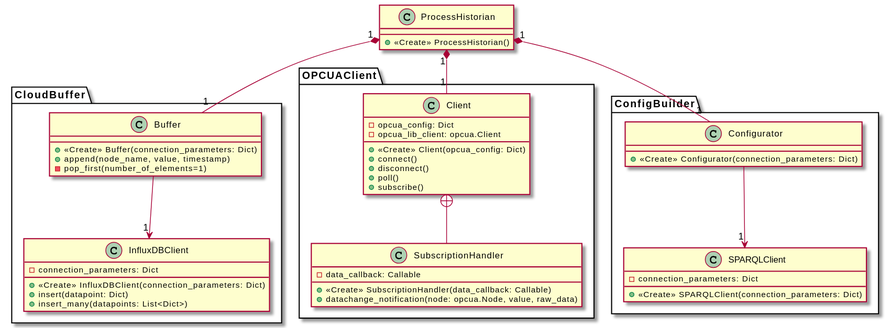
This is documentation/architecture/class_diagram.svg from Praktikum-PvAS/process-historian, a PlantUML export, as it was before one commit.
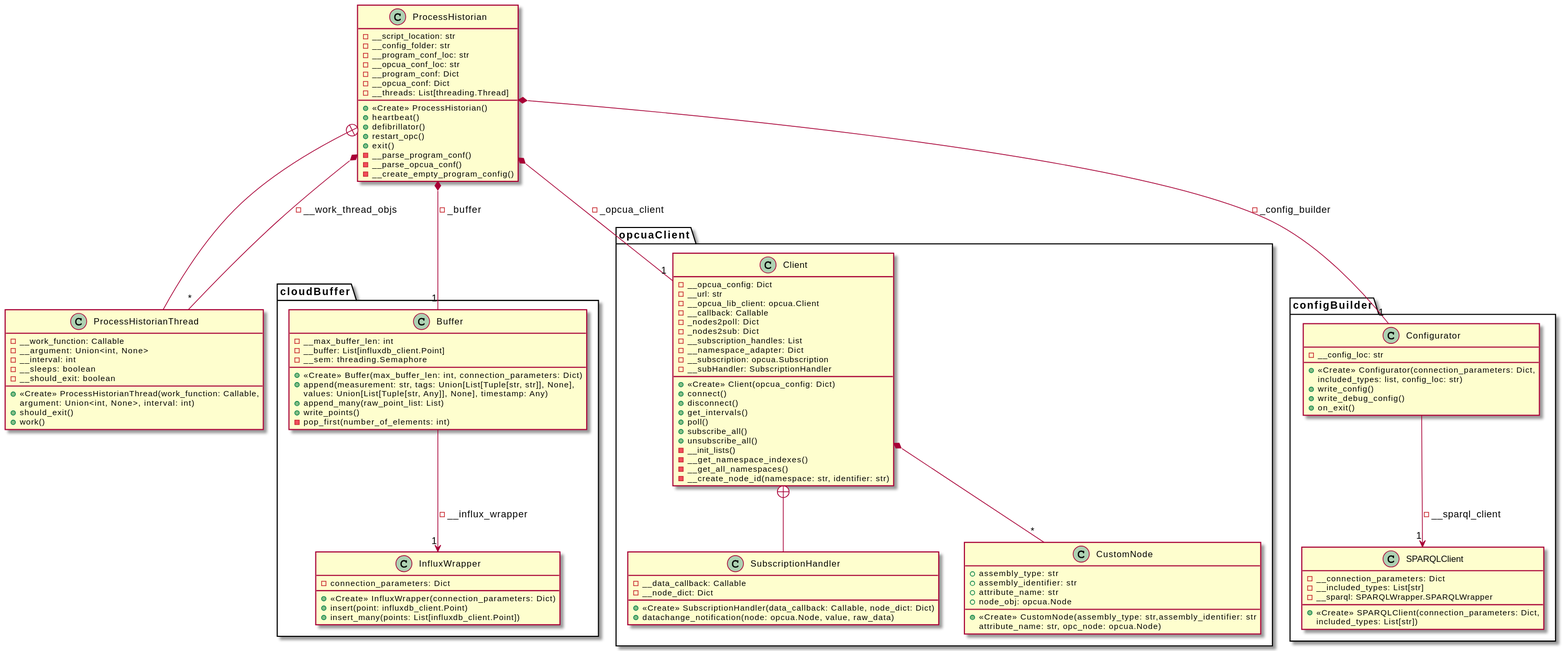
The same file after the commit.

What changed in the source:
```diff
@@ -1,46 +1,108 @@
 @startuml
-class CloudBuffer.Buffer {
-    +<<Create>> Buffer(connection_parameters: Dict)
-    +append(node_name, value, timestamp)
-    -pop_first(number_of_elements=1)
+class cloudBuffer.Buffer {
+    - __max_buffer_len: int
+    - __buffer: List[influxdb_client.Point]
+    - __sem: threading.Semaphore
+    + <<Create>> Buffer(max_buffer_len: int, connection_parameters: Dict)
+    + append(measurement: str, tags: Union[List[Tuple[str, str]], None],\nvalues: Union[List[Tuple[str, Any]], None], timestamp: Any)
+    + append_many(raw_point_list: List)
+    + write_points()
+    - pop_first(number_of_elements: int)
 }
-class CloudBuffer.InfluxDBClient{
-    -connection_parameters: Dict
-    +<<Create>> InfluxDBClient(connection_parameters: Dict)
-    +insert(datapoint: Dict)
-    +insert_many(datapoints: List<Dict>)
+class cloudBuffer.InfluxWrapper{
+    - connection_parameters: Dict
+    + <<Create>> InfluxWrapper(connection_parameters: Dict)
+    + insert(point: influxdb_client.Point)
+    + insert_many(points: List[influxdb_client.Point])
 }
-CloudBuffer.Buffer --> "1" CloudBuffer.InfluxDBClient
+cloudBuffer.Buffer --> "1" cloudBuffer.InfluxWrapper : - __influx_wrapper
 
-class OPCUAClient.Client {
-    -opcua_config: Dict
-    -opcua_lib_client: opcua.Client
+class opcuaClient.Client {
+    - __opcua_config: Dict
+    - __url: str
+    - __opcua_lib_client: opcua.Client
+    - __callback: Callable
+    - _nodes2poll: Dict
+    - _nodes2sub: Dict
+    - __subscription_handles: List
+    - __namespace_adapter: Dict
+    - __subscription: opcua.Subscription
+    - __subHandler: SubscriptionHandler
     +<<Create>> Client(opcua_config: Dict)
-    +connect()
-    +disconnect()
-    +poll()
-    +subscribe()
+    + connect()
+    + disconnect()
+    + get_intervals()
+    + poll()
+    + subscribe_all()
+    + unsubscribe_all()
+    - __init_lists()
+    - __get_namespace_indexes()
+    - __get_all_namespaces()
+    - __create_node_id(namespace: str, identifier: str)
 }
-class OPCUAClient.SubscriptionHandler {
-    -data_callback: Callable
-    +<<Create>> SubscriptionHandler(data_callback: Callable)
-    +datachange_notification(node: opcua.Node, value, raw_data)
+class opcuaClient.SubscriptionHandler {
+    - __data_callback: Callable
+    - __node_dict: Dict
+    + <<Create>> SubscriptionHandler(data_callback: Callable, node_dict: Dict)
+    + datachange_notification(node: opcua.Node, value, raw_data)
 }
-OPCUAClient.Client +-- OPCUAClient.SubscriptionHandler
+class opcuaClient.CustomNode {
+    + assembly_type: str
+    + assembly_identifier: str
+    + attribute_name: str
+    + node_obj: opcua.Node
+    + <<Create>> CustomNode(assembly_type: str,assembly_identifier: str\nattribute_name: str, opc_node: opcua.Node)
+}
+opcuaClient.Client +-- opcuaClient.SubscriptionHandler
+opcuaClient.Client *-- "*" opcuaClient.CustomNode
 
-class ConfigBuilder.Configurator {
-    +<<Create>> Configurator(connection_parameters: Dict)
+
+class configBuilder.Configurator {
+    - __config_loc: str
+    + <<Create>> Configurator(connection_parameters: Dict,\nincluded_types: list, config_loc: str)
+    + write_config()
+    + write_debug_config()
+    + on_exit()
 }
-class ConfigBuilder.SPARQLClient{
-    -connection_parameters: Dict
-    +<<Create>> SPARQLClient(connection_parameters: Dict)
+class configBuilder.SPARQLClient{
+    - __connection_parameters: Dict
+    - __included_types: List[str]
+    - __sparql: SPARQLWrapper.SPARQLWrapper
+    + <<Create>> SPARQLClient(connection_parameters: Dict,\nincluded_types: List[str])
 }
-ConfigBuilder.Configurator --> "1" ConfigBuilder.SPARQLClient
+configBuilder.Configurator --> "1" configBuilder.SPARQLClient: - __sparql_client
 
 class ProcessHistorian {
-    +<<Create>> ProcessHistorian()
+    - __script_location: str
+    - __config_folder: str
+    - __program_conf_loc: str
+    - __opcua_conf_loc: str
+    - __program_conf: Dict
+    - __opcua_conf: Dict
+    - __threads: List[threading.Thread]
+    + <<Create>> ProcessHistorian()
+    + heartbeat()
+    + defibrillator()
+    + restart_opc()
+    + exit()
+    - __parse_program_conf()
+    - __parse_opcua_conf()
+    - __create_empty_program_config()
 }
-ProcessHistorian "1" *-- "1" CloudBuffer.Buffer
-ProcessHistorian "1" *-- "1" OPCUAClient.Client
-ProcessHistorian "1" *-- "1" ConfigBuilder.Configurator
+ProcessHistorian *-- "1" cloudBuffer.Buffer: - _buffer
+ProcessHistorian *-- "1" opcuaClient.Client: - _opcua_client
+ProcessHistorian *-- "1" configBuilder.Configurator: -_config_builder
+ProcessHistorian +-- ProcessHistorianThread
+ProcessHistorian *-- "*" ProcessHistorianThread: - __work_thread_objs
+
+class ProcessHistorianThread {
+    - __work_function: Callable
+    - __argument: Union<int, None>
+    - __interval: int
+    - __sleeps: boolean
+    - __should_exit: boolean
+    + <<Create>> ProcessHistorianThread(work_function: Callable,\nargument: Union<int, None>, interval: int)
+    + should_exit()
+    + work()
+}
 @enduml
```
